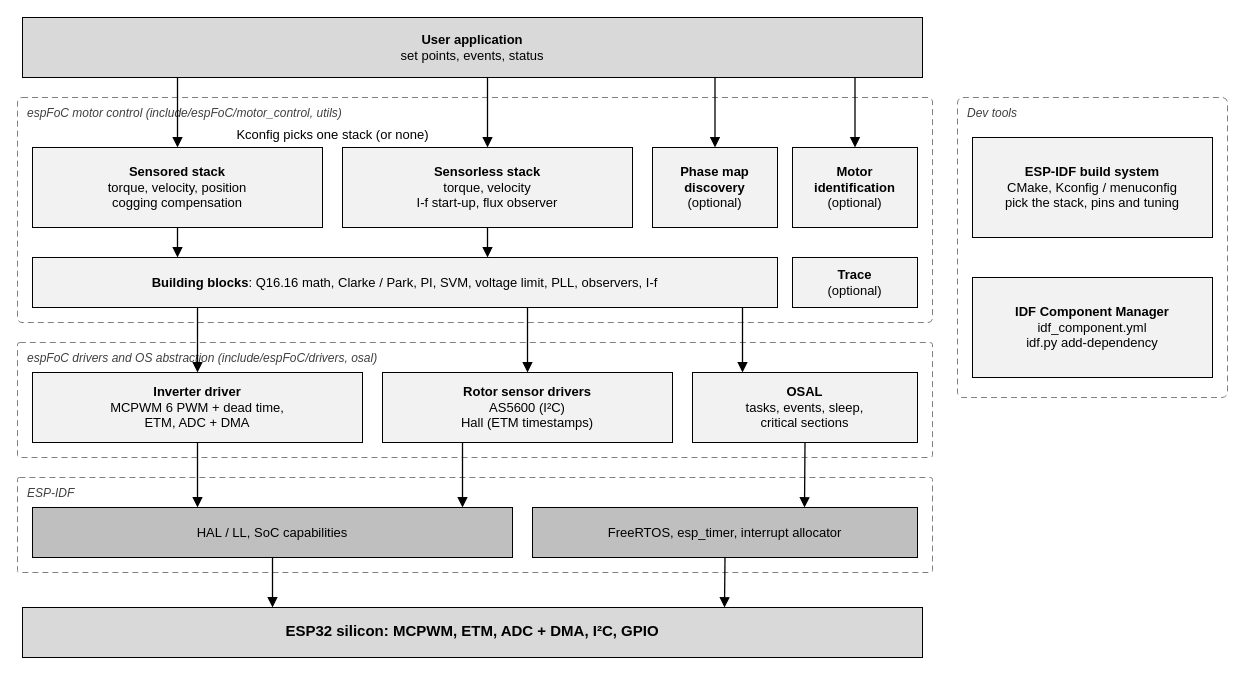
uLipe/espFoC keeps this draw.io diagram as doc/diagram/architecture.drawio. Above is the earlier version. Source tidied: cells renumbered, new cells numbered last; positions are measured from the earlier drawing's top-left corner, leaving out a move shared by most shapes. Both pictures are drawn from the tidied source at 100%, with x=0, y=0 at pixel (17, 17).
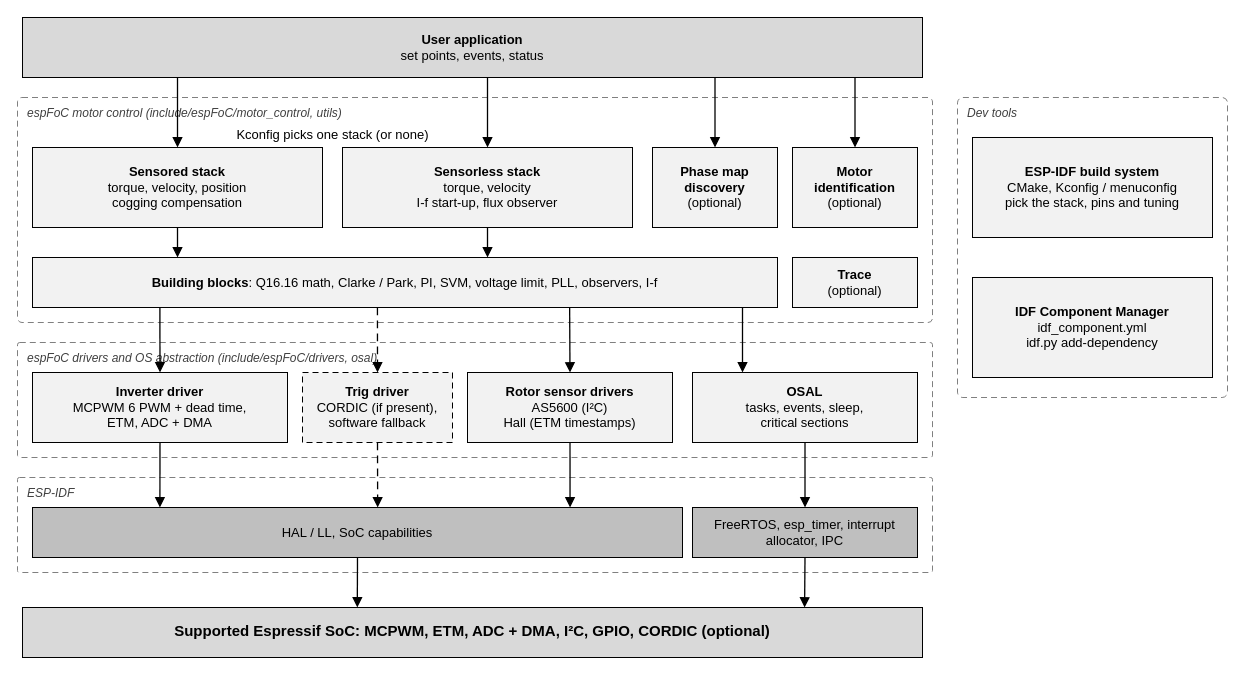
Above is the later version.

Unchanged cells that the change refers to:
```xml
<mxCell id="12" value="&lt;b&gt;Building blocks&lt;/b&gt;: Q16.16 math, Clarke / Park, PI, SVM, voltage limit, PLL, observers, I-f" style="rounded=0;whiteSpace=wrap;html=1;fillColor=#F2F2F2;strokeColor=#000000;fontSize=13;fontFamily=Helvetica;fontColor=#000000;" parent="1" vertex="1">
  <mxGeometry x="15" y="240" width="745" height="50" as="geometry" />
</mxCell>
<mxCell id="16" value="&lt;b&gt;OSAL&lt;/b&gt;&lt;br&gt;tasks, events, sleep,&lt;br&gt;critical sections" style="rounded=0;whiteSpace=wrap;html=1;fillColor=#F2F2F2;strokeColor=#000000;fontSize=13;fontFamily=Helvetica;fontColor=#000000;" parent="1" vertex="1">
  <mxGeometry x="675" y="355" width="225" height="70" as="geometry" />
</mxCell>
```

Change to the diagram source:
```diff
@@
     <mxCell id="14" value="&lt;b&gt;Inverter driver&lt;/b&gt;&lt;br&gt;MCPWM 6 PWM + dead time,&lt;br&gt;ETM, ADC + DMA" style="rounded=0;whiteSpace=wrap;html=1;fillColor=#F2F2F2;strokeColor=#000000;fontSize=13;fontFamily=Helvetica;fontColor=#000000;" parent="1" vertex="1">
-      <mxGeometry x="15" y="355" width="330" height="70" as="geometry" />
+      <mxGeometry x="15" y="355" width="255" height="70" as="geometry" />
     </mxCell>
+    <mxCell id="36" value="&lt;b&gt;Trig driver&lt;/b&gt;&lt;br&gt;CORDIC (if present),&lt;br&gt;software fallback" style="rounded=0;whiteSpace=wrap;html=1;fillColor=#F2F2F2;strokeColor=#000000;fontSize=13;fontFamily=Helvetica;fontColor=#000000;dashed=1;dashPattern=6 4;" parent="1" vertex="1">
+      <mxGeometry x="285" y="355" width="150" height="70" as="geometry" />
+    </mxCell>
     <mxCell id="15" value="&lt;b&gt;Rotor sensor drivers&lt;/b&gt;&lt;br&gt;AS5600 (I&amp;sup2;C)&lt;br&gt;Hall (ETM timestamps)" style="rounded=0;whiteSpace=wrap;html=1;fillColor=#F2F2F2;strokeColor=#000000;fontSize=13;fontFamily=Helvetica;fontColor=#000000;" parent="1" vertex="1">
-      <mxGeometry x="365" y="355" width="290" height="70" as="geometry" />
+      <mxGeometry x="450" y="355" width="205" height="70" as="geometry" />
     </mxCell>
@@
     <mxCell id="17" value="HAL / LL, SoC capabilities" style="rounded=0;whiteSpace=wrap;html=1;fillColor=#BFBFBF;strokeColor=#000000;fontSize=13;fontFamily=Helvetica;fontColor=#000000;" parent="1" vertex="1">
-      <mxGeometry x="15" y="490" width="480" height="50" as="geometry" />
+      <mxGeometry x="15" y="490" width="650" height="50" as="geometry" />
     </mxCell>
-    <mxCell id="18" value="FreeRTOS, esp_timer, interrupt allocator" style="rounded=0;whiteSpace=wrap;html=1;fillColor=#BFBFBF;strokeColor=#000000;fontSize=13;fontFamily=Helvetica;fontColor=#000000;" parent="1" vertex="1">
-      <mxGeometry x="515" y="490" width="385" height="50" as="geometry" />
+    <mxCell id="18" value="FreeRTOS, esp_timer, interrupt allocator, IPC" style="rounded=0;whiteSpace=wrap;html=1;fillColor=#BFBFBF;strokeColor=#000000;fontSize=13;fontFamily=Helvetica;fontColor=#000000;" parent="1" vertex="1">
+      <mxGeometry x="675" y="490" width="225" height="50" as="geometry" />
     </mxCell>
-    <mxCell id="19" value="&lt;b&gt;ESP32 silicon&lt;/b&gt;: MCPWM, ETM, ADC + DMA, I&amp;sup2;C, GPIO" style="rounded=0;whiteSpace=wrap;html=1;fillColor=#D9D9D9;strokeColor=#000000;fontSize=15;fontStyle=1;verticalAlign=top;spacingTop=8;fontFamily=Helvetica;fontColor=#000000;" parent="1" vertex="1">
+    <mxCell id="19" value="&lt;b&gt;Supported Espressif SoC&lt;/b&gt;: MCPWM, ETM, ADC + DMA, I&amp;sup2;C, GPIO, CORDIC (optional)" style="rounded=0;whiteSpace=wrap;html=1;fillColor=#D9D9D9;strokeColor=#000000;fontSize=15;fontStyle=1;verticalAlign=top;spacingTop=8;fontFamily=Helvetica;fontColor=#000000;" parent="1" vertex="1">
       <mxGeometry x="5" y="590" width="900" height="50" as="geometry" />
     </mxCell>
@@
-    <mxCell id="26" style="edgeStyle=none;rounded=0;html=1;endArrow=block;endFill=1;endSize=7;strokeColor=#000000;strokeWidth=1.3;fontSize=12;labelBackgroundColor=#FFFFFF;jumpStyle=arc;jumpSize=10;fontFamily=Helvetica;fontColor=#000000;exitX=0.221477;exitY=1;exitDx=0;exitDy=0;entryX=0.5;entryY=0;entryDx=0;entryDy=0;" parent="1" edge="1" source="12" target="14">
+    <mxCell id="26" style="edgeStyle=none;rounded=0;html=1;endArrow=block;endFill=1;endSize=7;strokeColor=#000000;strokeWidth=1.3;fontSize=12;labelBackgroundColor=#FFFFFF;jumpStyle=arc;jumpSize=10;fontFamily=Helvetica;fontColor=#000000;exitDx=0;exitDy=0;entryDx=0;entryDy=0;exitX=0.171;exitY=1;entryX=0.500;entryY=0;" parent="1" edge="1" source="12" target="14">
       <mxGeometry relative="1" as="geometry" />
     </mxCell>
-    <mxCell id="27" style="edgeStyle=none;rounded=0;html=1;endArrow=block;endFill=1;endSize=7;strokeColor=#000000;strokeWidth=1.3;fontSize=12;labelBackgroundColor=#FFFFFF;jumpStyle=arc;jumpSize=10;fontFamily=Helvetica;fontColor=#000000;exitX=0.66443;exitY=1;exitDx=0;exitDy=0;entryX=0.5;entryY=0;entryDx=0;entryDy=0;" parent="1" edge="1" source="12" target="15">
+    <mxCell id="27" style="edgeStyle=none;rounded=0;html=1;endArrow=block;endFill=1;endSize=7;strokeColor=#000000;strokeWidth=1.3;fontSize=12;labelBackgroundColor=#FFFFFF;jumpStyle=arc;jumpSize=10;fontFamily=Helvetica;fontColor=#000000;exitDx=0;exitDy=0;entryDx=0;entryDy=0;exitX=0.721;exitY=1;entryX=0.500;entryY=0;" parent="1" edge="1" source="12" target="15">
       <mxGeometry relative="1" as="geometry" />
     </mxCell>
@@
-    <mxCell id="29" style="edgeStyle=none;rounded=0;html=1;endArrow=block;endFill=1;endSize=7;strokeColor=#000000;strokeWidth=1.3;fontSize=12;labelBackgroundColor=#FFFFFF;jumpStyle=arc;jumpSize=10;fontFamily=Helvetica;fontColor=#000000;exitX=0.5;exitY=1;exitDx=0;exitDy=0;entryX=0.34375;entryY=0;entryDx=0;entryDy=0;" parent="1" edge="1" source="14" target="17">
+    <mxCell id="29" style="edgeStyle=none;rounded=0;html=1;endArrow=block;endFill=1;endSize=7;strokeColor=#000000;strokeWidth=1.3;fontSize=12;labelBackgroundColor=#FFFFFF;jumpStyle=arc;jumpSize=10;fontFamily=Helvetica;fontColor=#000000;exitDx=0;exitDy=0;entryDx=0;entryDy=0;exitX=0.500;exitY=1;entryX=0.196;entryY=0;" parent="1" edge="1" source="14" target="17">
       <mxGeometry relative="1" as="geometry" />
     </mxCell>
-    <mxCell id="30" style="edgeStyle=none;rounded=0;html=1;endArrow=block;endFill=1;endSize=7;strokeColor=#000000;strokeWidth=1.3;fontSize=12;labelBackgroundColor=#FFFFFF;jumpStyle=arc;jumpSize=10;fontFamily=Helvetica;fontColor=#000000;exitX=0.275862;exitY=1;exitDx=0;exitDy=0;entryX=0.895833;entryY=0;entryDx=0;entryDy=0;" parent="1" edge="1" source="15" target="17">
+    <mxCell id="30" style="edgeStyle=none;rounded=0;html=1;endArrow=block;endFill=1;endSize=7;strokeColor=#000000;strokeWidth=1.3;fontSize=12;labelBackgroundColor=#FFFFFF;jumpStyle=arc;jumpSize=10;fontFamily=Helvetica;fontColor=#000000;exitDx=0;exitDy=0;entryDx=0;entryDy=0;exitX=0.500;exitY=1;entryX=0.827;entryY=0;" parent="1" edge="1" source="15" target="17">
       <mxGeometry relative="1" as="geometry" />
     </mxCell>
-    <mxCell id="31" style="edgeStyle=none;rounded=0;html=1;endArrow=block;endFill=1;endSize=7;strokeColor=#000000;strokeWidth=1.3;fontSize=12;labelBackgroundColor=#FFFFFF;jumpStyle=arc;jumpSize=10;fontFamily=Helvetica;fontColor=#000000;exitX=0.5;exitY=1;exitDx=0;exitDy=0;entryX=0.706494;entryY=0;entryDx=0;entryDy=0;" parent="1" edge="1" source="16" target="18">
+    <mxCell id="31" style="edgeStyle=none;rounded=0;html=1;endArrow=block;endFill=1;endSize=7;strokeColor=#000000;strokeWidth=1.3;fontSize=12;labelBackgroundColor=#FFFFFF;jumpStyle=arc;jumpSize=10;fontFamily=Helvetica;fontColor=#000000;exitDx=0;exitDy=0;entryDx=0;entryDy=0;exitX=0.5;exitY=1;entryX=0.5;entryY=0;" parent="1" edge="1" source="16" target="18">
       <mxGeometry relative="1" as="geometry" />
     </mxCell>
-    <mxCell id="32" style="edgeStyle=none;rounded=0;html=1;endArrow=block;endFill=1;endSize=7;strokeColor=#000000;strokeWidth=1.3;fontSize=12;labelBackgroundColor=#FFFFFF;jumpStyle=arc;jumpSize=10;fontFamily=Helvetica;fontColor=#000000;exitX=0.5;exitY=1;exitDx=0;exitDy=0;entryX=0.277778;entryY=0;entryDx=0;entryDy=0;" parent="1" edge="1" source="17" target="19">
+    <mxCell id="32" style="edgeStyle=none;rounded=0;html=1;endArrow=block;endFill=1;endSize=7;strokeColor=#000000;strokeWidth=1.3;fontSize=12;labelBackgroundColor=#FFFFFF;jumpStyle=arc;jumpSize=10;fontFamily=Helvetica;fontColor=#000000;exitDx=0;exitDy=0;entryDx=0;entryDy=0;exitX=0.500;exitY=1;entryX=0.372;entryY=0;" parent="1" edge="1" source="17" target="19">
       <mxGeometry relative="1" as="geometry" />
     </mxCell>
-    <mxCell id="33" style="edgeStyle=none;rounded=0;html=1;endArrow=block;endFill=1;endSize=7;strokeColor=#000000;strokeWidth=1.3;fontSize=12;labelBackgroundColor=#FFFFFF;jumpStyle=arc;jumpSize=10;fontFamily=Helvetica;fontColor=#000000;exitX=0.5;exitY=1;exitDx=0;exitDy=0;entryX=0.78;entryY=0;entryDx=0;entryDy=0;" parent="1" edge="1" source="18" target="19">
+    <mxCell id="33" style="edgeStyle=none;rounded=0;html=1;endArrow=block;endFill=1;endSize=7;strokeColor=#000000;strokeWidth=1.3;fontSize=12;labelBackgroundColor=#FFFFFF;jumpStyle=arc;jumpSize=10;fontFamily=Helvetica;fontColor=#000000;exitDx=0;exitDy=0;entryDx=0;entryDy=0;exitX=0.500;exitY=1;entryX=0.869;entryY=0;" parent="1" edge="1" source="18" target="19">
       <mxGeometry relative="1" as="geometry" />
     </mxCell>
@@
+    <mxCell id="37" style="edgeStyle=none;rounded=0;html=1;endArrow=block;endFill=1;endSize=7;strokeColor=#000000;strokeWidth=1.3;fontSize=12;labelBackgroundColor=#FFFFFF;jumpStyle=arc;jumpSize=10;fontFamily=Helvetica;fontColor=#000000;exitDx=0;exitDy=0;entryDx=0;entryDy=0;dashed=1;dashPattern=6 4;exitX=0.463;exitY=1;entryX=0.500;entryY=0;" parent="1" edge="1" source="12" target="36">
+      <mxGeometry relative="1" as="geometry" />
+    </mxCell>
+    <mxCell id="38" style="edgeStyle=none;rounded=0;html=1;endArrow=block;endFill=1;endSize=7;strokeColor=#000000;strokeWidth=1.3;fontSize=12;labelBackgroundColor=#FFFFFF;jumpStyle=arc;jumpSize=10;fontFamily=Helvetica;fontColor=#000000;exitDx=0;exitDy=0;entryDx=0;entryDy=0;dashed=1;dashPattern=6 4;exitX=0.500;exitY=1;entryX=0.531;entryY=0;" parent="1" edge="1" source="36" target="17">
+      <mxGeometry relative="1" as="geometry" />
+    </mxCell>
```
